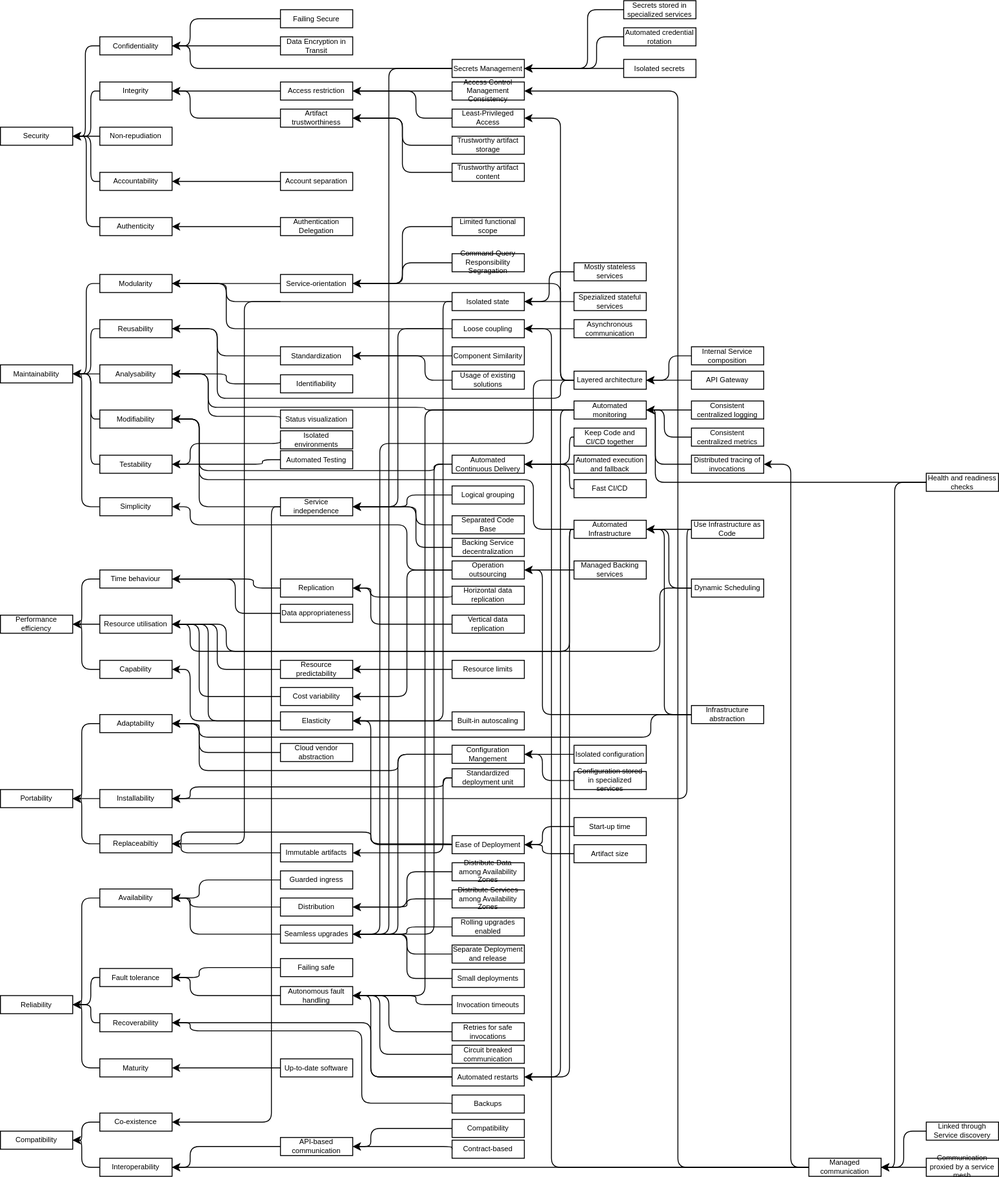
Before: D2_product_factors.svg, a diagram exported from draw.io (r0light/cna-quality-model). Source tidied: cells renumbered, new cells last; positions are measured from the earlier drawing's top-left corner, leaving out a move shared by most shapes.
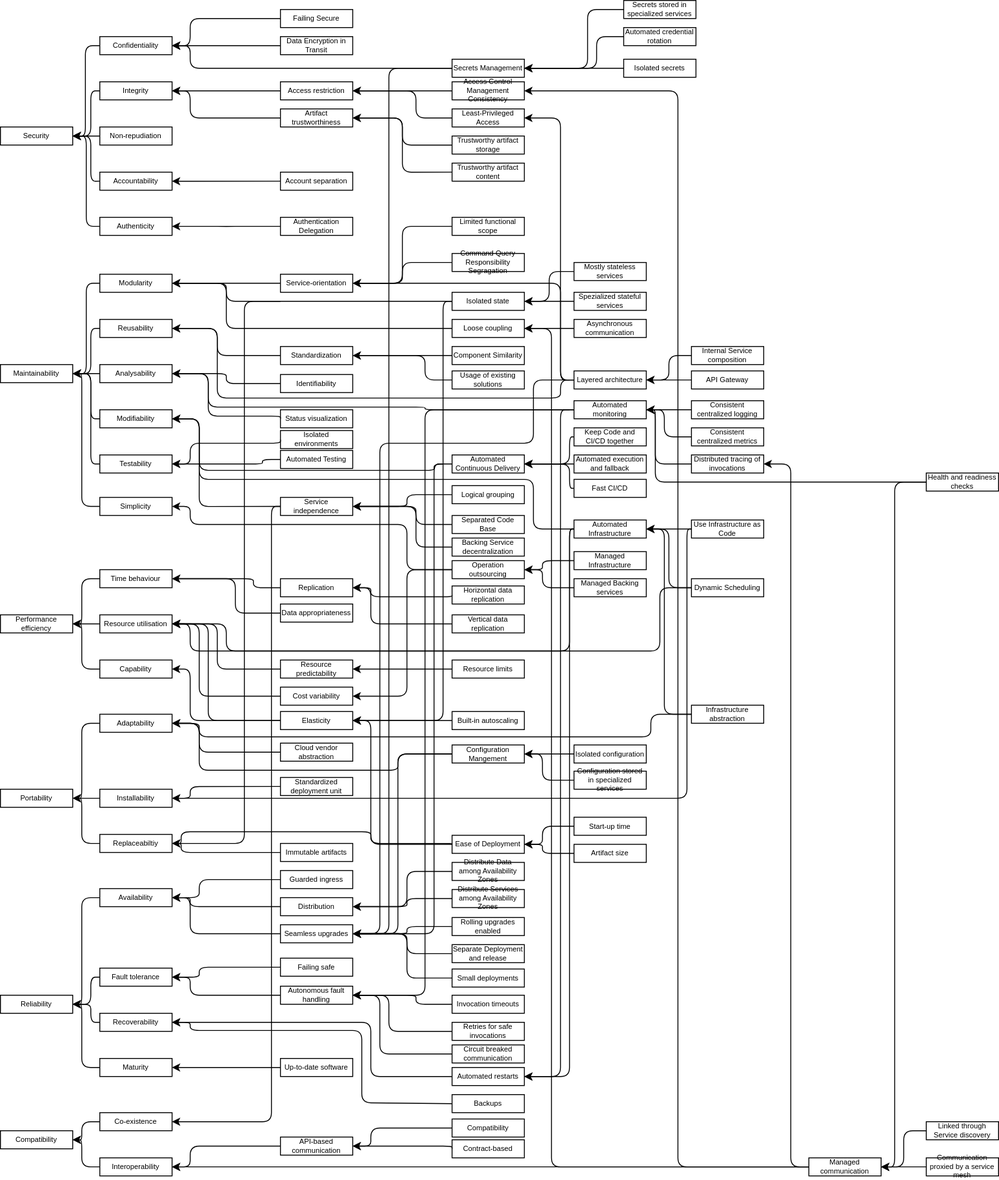
The same diagram one commit later.

What changed in the source:
```diff
@@ -111,7 +111,7 @@
       <mxGeometry x="310" y="822" width="80" height="20" as="geometry" />
     </mxCell>
     <mxCell id="38" value="Standardized deployment unit" style="rounded=0;whiteSpace=wrap;html=1;fontSize=8;" parent="1" vertex="1">
-      <mxGeometry x="500" y="850" width="80" height="20" as="geometry" />
+      <mxGeometry x="310" y="860" width="80" height="20" as="geometry" />
     </mxCell>
     <mxCell id="39" value="Immutable artifacts" style="rounded=0;whiteSpace=wrap;html=1;fontSize=8;" parent="1" vertex="1">
       <mxGeometry x="310" y="933" width="80" height="20" as="geometry" />
@@ -321,8 +321,6 @@
     <mxCell id="68" style="endArrow=classic;html=1;fontSize=8;edgeStyle=orthogonalEdgeStyle;entryX=1;entryY=0.5;entryDx=0;entryDy=0;exitX=0;exitY=0.5;exitDx=0;exitDy=0;" parent="1" edge="1" source="38" target="17">
       <mxGeometry relative="1" as="geometry">
         <Array as="points">
-          <mxPoint x="490" y="860" />
-          <mxPoint x="490" y="870" />
           <mxPoint x="210" y="870" />
           <mxPoint x="210" y="883" />
         </Array>
@@ -610,15 +608,6 @@
     <mxCell id="108" style="endArrow=classic;html=1;fontSize=8;exitX=0;exitY=0.5;exitDx=0;exitDy=0;edgeStyle=orthogonalEdgeStyle;entryX=1;entryY=0.5;entryDx=0;entryDy=0;" parent="1" edge="1" source="107" target="97">
       <mxGeometry relative="1" as="geometry" />
     </mxCell>
-    <mxCell id="109" style="endArrow=classic;html=1;fontSize=8;entryX=1;entryY=0.5;entryDx=0;entryDy=0;exitX=0;exitY=0.5;exitDx=0;exitDy=0;edgeStyle=orthogonalEdgeStyle;" parent="1" edge="1" target="32">
-      <mxGeometry relative="1" as="geometry">
-        <mxPoint x="490" y="363" as="sourcePoint" />
-        <Array as="points">
-          <mxPoint x="440" y="363" />
-          <mxPoint x="440" y="560" />
-        </Array>
-      </mxGeometry>
-    </mxCell>
     <mxCell id="110" style="endArrow=classic;html=1;fontSize=8;entryX=1;entryY=0.5;entryDx=0;entryDy=0;exitX=0;exitY=0.5;exitDx=0;exitDy=0;edgeStyle=orthogonalEdgeStyle;" parent="1" edge="1" source="28" target="24">
       <mxGeometry relative="1" as="geometry">
         <Array as="points">
@@ -676,15 +665,6 @@
         </Array>
       </mxGeometry>
     </mxCell>
-    <mxCell id="117" style="endArrow=classic;html=1;fontSize=8;edgeStyle=orthogonalEdgeStyle;exitX=0;exitY=0.5;exitDx=0;exitDy=0;" parent="1" edge="1" source="44">
-      <mxGeometry relative="1" as="geometry">
-        <mxPoint x="390" y="1101" as="targetPoint" />
-        <Array as="points">
-          <mxPoint x="410" y="1191" />
-          <mxPoint x="410" y="1101" />
-        </Array>
-      </mxGeometry>
-    </mxCell>
     <mxCell id="118" style="endArrow=classic;html=1;fontSize=8;exitX=0;exitY=0.5;exitDx=0;exitDy=0;edgeStyle=orthogonalEdgeStyle;entryX=1;entryY=0.5;entryDx=0;entryDy=0;" parent="1" edge="1" target="44">
       <mxGeometry relative="1" as="geometry">
         <mxPoint x="630" y="453" as="sourcePoint" />
@@ -797,22 +777,6 @@
     <mxCell id="133" value="Resource predictability" style="rounded=0;whiteSpace=wrap;html=1;fontSize=8;" parent="1" vertex="1">
       <mxGeometry x="310" y="730" width="80" height="20" as="geometry" />
     </mxCell>
-    <mxCell id="134" style="endArrow=classic;html=1;fontSize=8;edgeStyle=orthogonalEdgeStyle;entryX=1;entryY=0.5;entryDx=0;entryDy=0;exitX=0;exitY=0.5;exitDx=0;exitDy=0;" parent="1" edge="1" source="36" target="128">
-      <mxGeometry relative="1" as="geometry">
-        <Array as="points">
-          <mxPoint x="600" y="790" />
-          <mxPoint x="600" y="630" />
-        </Array>
-      </mxGeometry>
-    </mxCell>
-    <mxCell id="135" style="endArrow=classic;html=1;fontSize=8;edgeStyle=orthogonalEdgeStyle;entryX=1;entryY=0.5;entryDx=0;entryDy=0;exitX=0;exitY=0.5;exitDx=0;exitDy=0;" parent="1" edge="1" source="38" target="39">
-      <mxGeometry relative="1" as="geometry">
-        <Array as="points">
-          <mxPoint x="490" y="860" />
-          <mxPoint x="490" y="943" />
-        </Array>
-      </mxGeometry>
-    </mxCell>
     <mxCell id="136" value="Failing Secure" style="rounded=0;whiteSpace=wrap;html=1;fontSize=8;" parent="1" vertex="1">
       <mxGeometry x="310" y="10" width="80" height="20" as="geometry" />
     </mxCell>
@@ -1224,13 +1188,13 @@
       </mxGeometry>
     </mxCell>
     <mxCell id="215" value="Managed Backing services" style="rounded=0;whiteSpace=wrap;html=1;fontSize=8;" parent="1" vertex="1">
-      <mxGeometry x="635" y="620" width="80" height="20" as="geometry" />
+      <mxGeometry x="635" y="640" width="80" height="20" as="geometry" />
     </mxCell>
     <mxCell id="216" style="endArrow=classic;html=1;fontSize=8;edgeStyle=orthogonalEdgeStyle;entryX=1;entryY=0.5;entryDx=0;entryDy=0;exitX=0;exitY=0.5;exitDx=0;exitDy=0;" parent="1" edge="1" source="215" target="128">
       <mxGeometry relative="1" as="geometry">
         <Array as="points">
-          <mxPoint x="630" y="630" />
-          <mxPoint x="630" y="630" />
+          <mxPoint x="600" y="650" />
+          <mxPoint x="600" y="630" />
         </Array>
       </mxGeometry>
     </mxCell>
@@ -1490,5 +1454,16 @@
         </Array>
       </mxGeometry>
     </mxCell>
+    <mxCell id="263" value="Managed Infrastructure" style="rounded=0;whiteSpace=wrap;html=1;fontSize=8;" parent="1" vertex="1">
+      <mxGeometry x="635" y="610" width="80" height="20" as="geometry" />
+    </mxCell>
+    <mxCell id="264" style="endArrow=classic;html=1;fontSize=8;edgeStyle=orthogonalEdgeStyle;entryX=1;entryY=0.5;entryDx=0;entryDy=0;exitX=0;exitY=0.5;exitDx=0;exitDy=0;" parent="1" edge="1" source="263" target="128">
+      <mxGeometry relative="1" as="geometry">
+        <Array as="points">
+          <mxPoint x="600" y="620" />
+          <mxPoint x="600" y="630" />
+        </Array>
+      </mxGeometry>
+    </mxCell>
   </root>
 </mxGraphModel>
```
